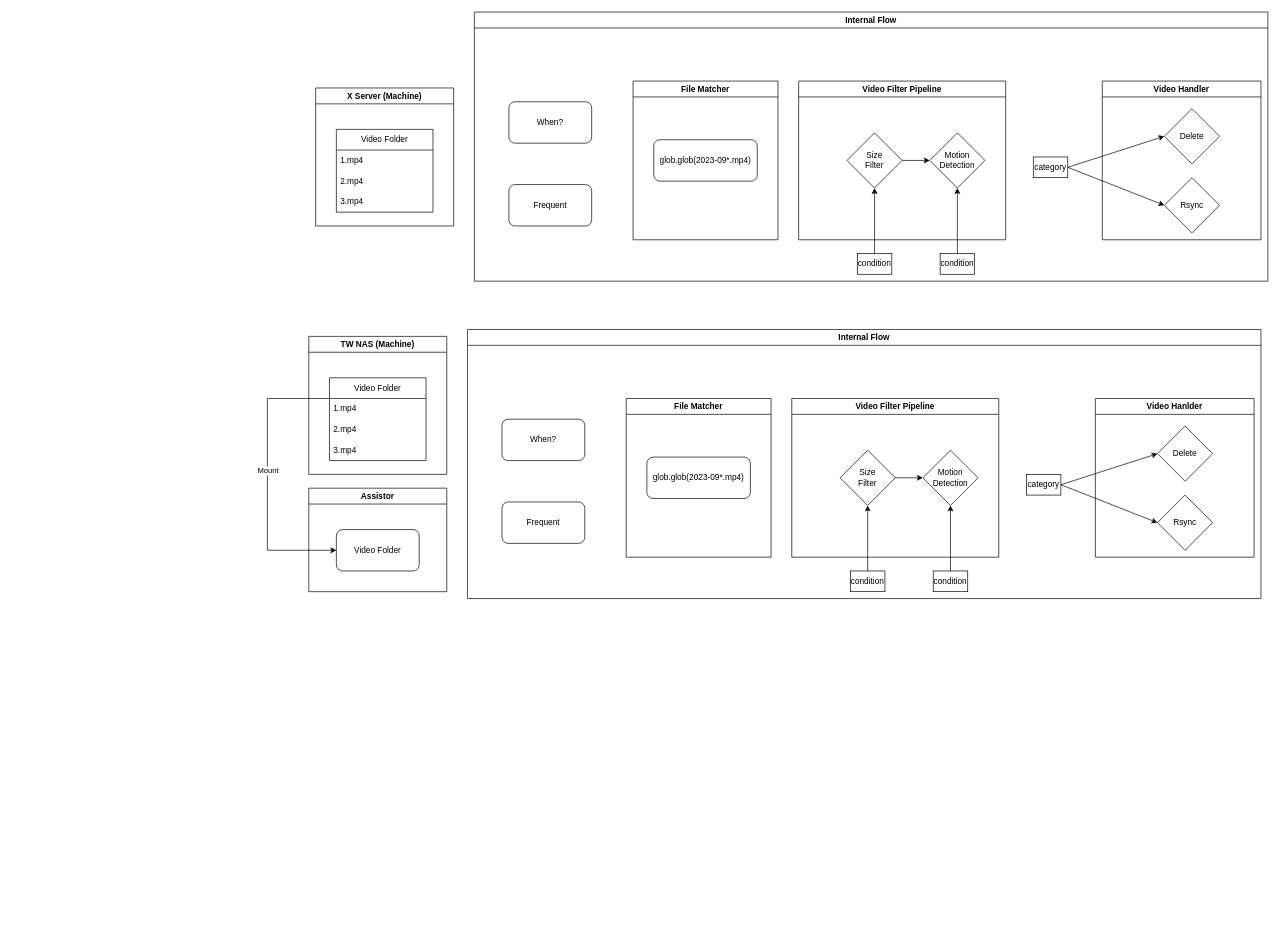
This is vide_recording_dataflow.drawio from QAlexBall/diagrams, a draw.io file, before an edit. Source tidied: cells renumbered, new cells numbered last; positions are measured from the earlier drawing's top-left corner, leaving out a move shared by most shapes. Both pictures are drawn from the tidied source at 69%, with x=0, y=0 at pixel (267, 12).
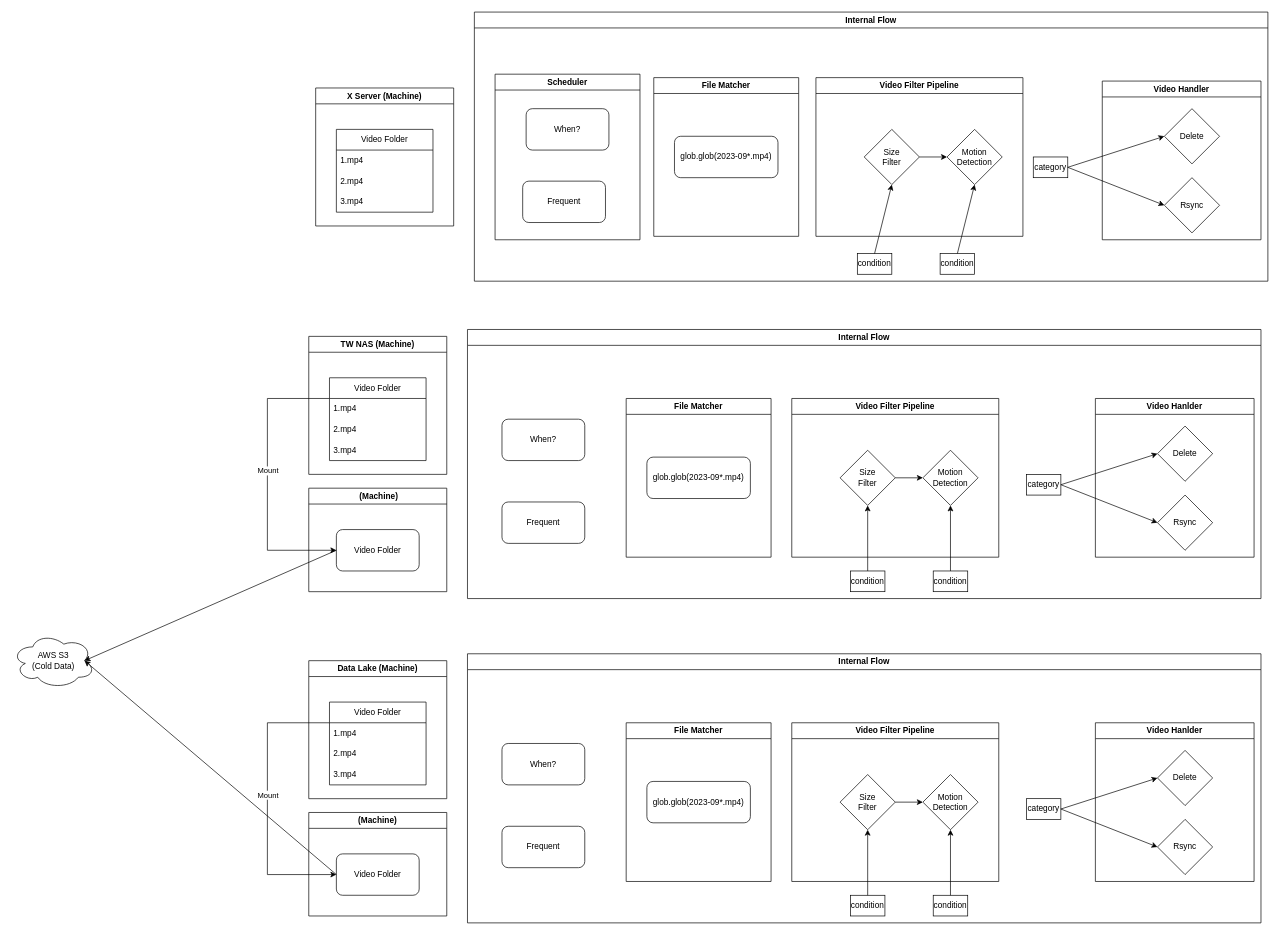
After the change.

The change refers to these unchanged cells:
```xml
<mxCell id="12" value="Internal Flow" style="swimlane;whiteSpace=wrap;html=1;" parent="1" vertex="1">
  <mxGeometry x="300" width="1150" height="390" as="geometry" />
</mxCell>
<mxCell id="51" value="Video Folder" style="rounded=1;whiteSpace=wrap;html=1;" parent="50" vertex="1">
  <mxGeometry x="40" y="60" width="120" height="60" as="geometry" />
</mxCell>
```

The edit, as a diff of the source:
```diff
@@
     <mxCell id="19" value="Video Filter Pipeline" style="swimlane;whiteSpace=wrap;html=1;" parent="12" vertex="1">
-      <mxGeometry x="470" y="100" width="300" height="230" as="geometry" />
+      <mxGeometry x="495" y="95" width="300" height="230" as="geometry" />
     </mxCell>
@@
     <mxCell id="27" value="File Matcher" style="swimlane;whiteSpace=wrap;html=1;" parent="12" vertex="1">
-      <mxGeometry x="230" y="100" width="210" height="230" as="geometry" />
+      <mxGeometry x="260" y="95" width="210" height="230" as="geometry" />
     </mxCell>
@@
+    <mxCell id="54" value="Scheduler" style="swimlane;whiteSpace=wrap;html=1;" parent="12" vertex="1">
+      <mxGeometry x="30" y="90" width="210" height="240" as="geometry" />
+    </mxCell>
+    <mxCell id="30" value="When?" style="rounded=1;whiteSpace=wrap;html=1;" parent="54" vertex="1">
+      <mxGeometry x="45" y="50" width="120" height="60" as="geometry" />
+    </mxCell>
-    <mxCell id="29" value="Frequent" style="rounded=1;whiteSpace=wrap;html=1;" parent="12" vertex="1">
-      <mxGeometry x="50" y="250" width="120" height="60" as="geometry" />
+    <mxCell id="29" value="Frequent" style="rounded=1;whiteSpace=wrap;html=1;" parent="54" vertex="1">
+      <mxGeometry x="40" y="155" width="120" height="60" as="geometry" />
     </mxCell>
-    <mxCell id="30" value="When?" style="rounded=1;whiteSpace=wrap;html=1;" parent="12" vertex="1">
-      <mxGeometry x="50" y="130" width="120" height="60" as="geometry" />
-    </mxCell>
@@
-    <mxCell id="50" value="Assistor" style="swimlane;whiteSpace=wrap;html=1;startSize=23;" parent="1" vertex="1">
+    <mxCell id="50" value="&amp;nbsp;(Machine)" style="swimlane;whiteSpace=wrap;html=1;startSize=23;" parent="1" vertex="1">
       <mxGeometry x="60" y="690" width="200" height="150" as="geometry" />
     </mxCell>
@@
+    <mxCell id="55" value="Data Lake (Machine)" style="swimlane;whiteSpace=wrap;html=1;startSize=23;" parent="1" vertex="1">
+      <mxGeometry x="60" y="940" width="200" height="200" as="geometry" />
+    </mxCell>
+    <mxCell id="56" value="Video Folder" style="swimlane;fontStyle=0;horizontal=1;startSize=30;whiteSpace=wrap;html=1;" parent="55" vertex="1">
+      <mxGeometry x="30" y="60" width="140" height="120" as="geometry" />
+    </mxCell>
+    <mxCell id="57" value="1.mp4" style="text;strokeColor=none;fillColor=none;align=left;verticalAlign=middle;spacingLeft=4;spacingRight=4;overflow=hidden;whiteSpace=wrap;html=1;" parent="56" vertex="1">
+      <mxGeometry y="30" width="140" height="30" as="geometry" />
+    </mxCell>
+    <mxCell id="58" value="2.mp4" style="text;strokeColor=none;fillColor=none;align=left;verticalAlign=middle;spacingLeft=4;spacingRight=4;overflow=hidden;whiteSpace=wrap;html=1;" parent="56" vertex="1">
+      <mxGeometry y="60" width="140" height="30" as="geometry" />
+    </mxCell>
+    <mxCell id="59" value="3.mp4" style="text;strokeColor=none;fillColor=none;align=left;verticalAlign=middle;spacingLeft=4;spacingRight=4;overflow=hidden;whiteSpace=wrap;html=1;" parent="56" vertex="1">
+      <mxGeometry y="90" width="140" height="30" as="geometry" />
+    </mxCell>
+    <mxCell id="60" value="Internal Flow" style="swimlane;whiteSpace=wrap;html=1;" parent="1" vertex="1">
+      <mxGeometry x="290" y="930" width="1150" height="390" as="geometry" />
+    </mxCell>
+    <mxCell id="61" value="Video Hanlder" style="swimlane;whiteSpace=wrap;html=1;" parent="60" vertex="1">
+      <mxGeometry x="910" y="100" width="230" height="230" as="geometry" />
+    </mxCell>
+    <mxCell id="62" value="Delete" style="rhombus;whiteSpace=wrap;html=1;" parent="61" vertex="1">
+      <mxGeometry x="90" y="40" width="80" height="80" as="geometry" />
+    </mxCell>
+    <mxCell id="63" value="Rsync" style="rhombus;whiteSpace=wrap;html=1;" parent="61" vertex="1">
+      <mxGeometry x="90" y="140" width="80" height="80" as="geometry" />
+    </mxCell>
+    <mxCell id="64" value="category" style="rounded=0;whiteSpace=wrap;html=1;" parent="60" vertex="1">
+      <mxGeometry x="810" y="210" width="50" height="30" as="geometry" />
+    </mxCell>
+    <mxCell id="65" style="endArrow=classic;html=1;rounded=0;exitX=1;exitY=0.5;exitDx=0;exitDy=0;entryX=0;entryY=0.5;entryDx=0;entryDy=0;" parent="60" edge="1" source="64" target="62">
+      <mxGeometry relative="1" as="geometry" />
+    </mxCell>
+    <mxCell id="66" style="endArrow=classic;html=1;rounded=0;exitX=1;exitY=0.5;exitDx=0;exitDy=0;entryX=0;entryY=0.5;entryDx=0;entryDy=0;" parent="60" edge="1" source="64" target="63">
+      <mxGeometry relative="1" as="geometry" />
+    </mxCell>
+    <mxCell id="67" value="Video Filter Pipeline" style="swimlane;whiteSpace=wrap;html=1;" parent="60" vertex="1">
+      <mxGeometry x="470" y="100" width="300" height="230" as="geometry" />
+    </mxCell>
+    <mxCell id="68" value="Size&lt;br&gt;Filter" style="rhombus;whiteSpace=wrap;html=1;" parent="67" vertex="1">
+      <mxGeometry x="70" y="75" width="80" height="80" as="geometry" />
+    </mxCell>
+    <mxCell id="69" value="Motion Detection" style="rhombus;whiteSpace=wrap;html=1;" parent="67" vertex="1">
+      <mxGeometry x="190" y="75" width="80" height="80" as="geometry" />
+    </mxCell>
+    <mxCell id="70" style="endArrow=classic;html=1;rounded=0;exitX=1;exitY=0.5;exitDx=0;exitDy=0;entryX=0;entryY=0.5;entryDx=0;entryDy=0;" parent="67" edge="1" source="68" target="69">
+      <mxGeometry relative="1" as="geometry" />
+    </mxCell>
+    <mxCell id="71" value="condition" style="rounded=0;whiteSpace=wrap;html=1;" parent="60" vertex="1">
+      <mxGeometry x="675" y="350" width="50" height="30" as="geometry" />
+    </mxCell>
+    <mxCell id="72" style="endArrow=classic;html=1;rounded=0;exitX=0.5;exitY=0;exitDx=0;exitDy=0;entryX=0.5;entryY=1;entryDx=0;entryDy=0;" parent="60" edge="1" source="71" target="69">
+      <mxGeometry relative="1" as="geometry" />
+    </mxCell>
+    <mxCell id="73" value="condition" style="rounded=0;whiteSpace=wrap;html=1;" parent="60" vertex="1">
+      <mxGeometry x="555" y="350" width="50" height="30" as="geometry" />
+    </mxCell>
+    <mxCell id="74" style="endArrow=classic;html=1;rounded=0;exitX=0.5;exitY=0;exitDx=0;exitDy=0;entryX=0.5;entryY=1;entryDx=0;entryDy=0;" parent="60" edge="1" source="73" target="68">
+      <mxGeometry relative="1" as="geometry" />
+    </mxCell>
+    <mxCell id="75" value="File Matcher" style="swimlane;whiteSpace=wrap;html=1;" parent="60" vertex="1">
+      <mxGeometry x="230" y="100" width="210" height="230" as="geometry" />
+    </mxCell>
+    <mxCell id="76" value="glob.glob(2023-09*.mp4)" style="rounded=1;whiteSpace=wrap;html=1;" parent="75" vertex="1">
+      <mxGeometry x="30" y="85" width="150" height="60" as="geometry" />
+    </mxCell>
+    <mxCell id="77" value="Frequent" style="rounded=1;whiteSpace=wrap;html=1;" parent="60" vertex="1">
+      <mxGeometry x="50" y="250" width="120" height="60" as="geometry" />
+    </mxCell>
+    <mxCell id="78" value="When?" style="rounded=1;whiteSpace=wrap;html=1;" parent="60" vertex="1">
+      <mxGeometry x="50" y="130" width="120" height="60" as="geometry" />
+    </mxCell>
+    <mxCell id="79" value="(Machine)" style="swimlane;whiteSpace=wrap;html=1;startSize=23;" parent="1" vertex="1">
+      <mxGeometry x="60" y="1160" width="200" height="150" as="geometry" />
+    </mxCell>
+    <mxCell id="80" value="Video Folder" style="rounded=1;whiteSpace=wrap;html=1;" parent="79" vertex="1">
+      <mxGeometry x="40" y="60" width="120" height="60" as="geometry" />
+    </mxCell>
+    <mxCell id="81" style="endArrow=classic;html=1;rounded=0;exitX=0;exitY=0.25;exitDx=0;exitDy=0;entryX=0;entryY=0.5;entryDx=0;entryDy=0;" parent="1" edge="1" source="56" target="80">
+      <mxGeometry relative="1" as="geometry">
+        <Array as="points">
+          <mxPoint y="1030" />
+          <mxPoint y="1250" />
+        </Array>
+      </mxGeometry>
+    </mxCell>
+    <mxCell id="82" value="Mount" style="edgeLabel;html=1;align=center;verticalAlign=middle;" parent="81" vertex="1">
+      <mxGeometry x="-0.04" y="-4" relative="1" as="geometry">
+        <mxPoint x="4" y="-3" as="offset" />
+      </mxGeometry>
+    </mxCell>
+    <mxCell id="83" value="AWS S3&lt;br&gt;(Cold Data)" style="ellipse;shape=cloud;whiteSpace=wrap;html=1;" parent="1" vertex="1">
+      <mxGeometry x="-370" y="900" width="120" height="80" as="geometry" />
+    </mxCell>
+    <mxCell id="84" style="endArrow=classic;html=1;rounded=0;exitX=0;exitY=0.5;exitDx=0;exitDy=0;entryX=0.875;entryY=0.5;entryDx=0;entryDy=0;entryPerimeter=0;" parent="1" edge="1" source="51" target="83">
+      <mxGeometry relative="1" as="geometry" />
+    </mxCell>
+    <mxCell id="85" style="endArrow=classic;html=1;rounded=0;exitX=0;exitY=0.5;exitDx=0;exitDy=0;entryX=0.875;entryY=0.5;entryDx=0;entryDy=0;entryPerimeter=0;" parent="1" edge="1" source="80" target="83">
+      <mxGeometry relative="1" as="geometry" />
+    </mxCell>
```
